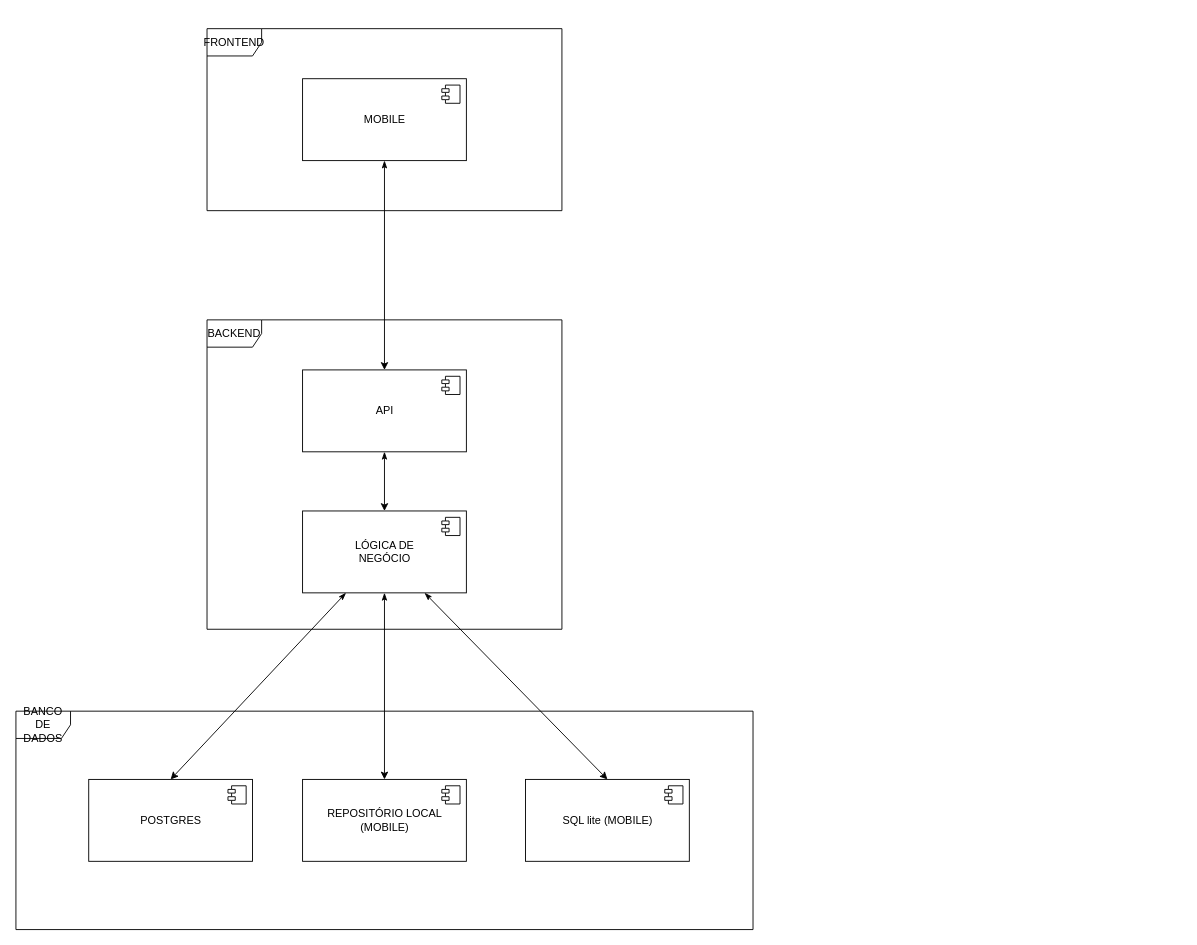
raisson-souza/morfeus-backend keeps this draw.io diagram as docs/diagrama_arquitetura.drawio. Above is the earlier version. Source tidied: cells renumbered, new cells numbered last; positions are measured from the earlier drawing's top-left corner, leaving out a move shared by most shapes. Both pictures are drawn from the tidied source at 91%, with x=0, y=0 at pixel (15, 28).
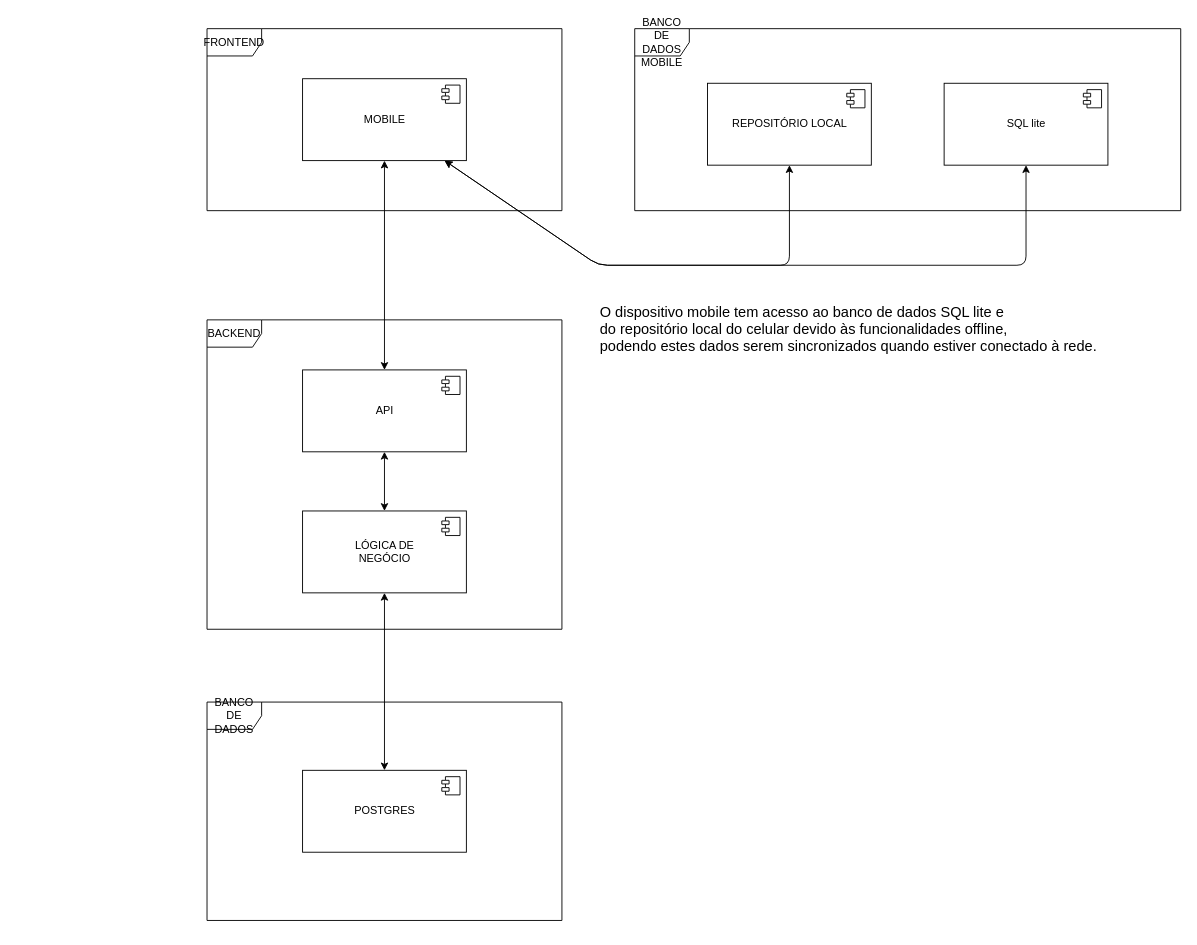
After the change.

Commit message (it also covers changes not shown here):
- Atualização de diagramas: Arquitetura e Classe de análise.

Unchanged cells that the change refers to:
```xml
<mxCell id="4" value="MOBILE" style="html=1;" parent="1" vertex="1">
  <mxGeometry x="315" y="55" width="180" height="90" as="geometry" />
</mxCell>
<mxCell id="8" value="API" style="html=1;" parent="1" vertex="1">
  <mxGeometry x="315" y="375" width="180" height="90" as="geometry" />
</mxCell>
<mxCell id="13" value="LÓGICA DE&lt;br&gt;NEGÓCIO" style="html=1;" parent="1" vertex="1">
  <mxGeometry x="315" y="530" width="180" height="90" as="geometry" />
</mxCell>
```

What changed in the source:
```diff
@@
+    <mxCell id="22" value="BANCO DE DADOS&lt;br&gt;MOBILE" style="shape=umlFrame;whiteSpace=wrap;html=1;" parent="1" vertex="1">
+      <mxGeometry x="680" width="600" height="200" as="geometry" />
+    </mxCell>
@@
-    <mxCell id="3" style="edgeStyle=none;html=1;startArrow=classicThin;startFill=1;" parent="1" edge="1" source="4" target="8">
+    <mxCell id="3" style="edgeStyle=none;html=1;startArrow=classic;startFill=1;" parent="1" edge="1" source="4" target="8">
       <mxGeometry relative="1" as="geometry" />
     </mxCell>
+    <mxCell id="23" style="edgeStyle=none;html=1;entryX=0.5;entryY=1;entryDx=0;entryDy=0;startArrow=classic;startFill=1;endArrow=classic;endFill=1;" parent="1" edge="1" source="4" target="18">
+      <mxGeometry relative="1" as="geometry">
+        <Array as="points">
+          <mxPoint x="640" y="260" />
+          <mxPoint x="850" y="260" />
+        </Array>
+      </mxGeometry>
+    </mxCell>
+    <mxCell id="24" style="edgeStyle=none;html=1;entryX=0.5;entryY=1;entryDx=0;entryDy=0;startArrow=classic;startFill=1;endArrow=classic;endFill=1;" parent="1" edge="1" source="4" target="20">
+      <mxGeometry relative="1" as="geometry">
+        <Array as="points">
+          <mxPoint x="640" y="260" />
+          <mxPoint x="1110" y="260" />
+        </Array>
+      </mxGeometry>
+    </mxCell>
@@
-    <mxCell id="7" style="edgeStyle=none;html=1;startArrow=classicThin;startFill=1;" parent="1" edge="1" source="8" target="13">
+    <mxCell id="7" style="edgeStyle=none;html=1;startArrow=classic;startFill=1;" parent="1" edge="1" source="8" target="13">
       <mxGeometry relative="1" as="geometry" />
     </mxCell>
@@
-    <mxCell id="10" style="edgeStyle=none;html=1;entryX=0.5;entryY=0;entryDx=0;entryDy=0;startArrow=classicThin;startFill=1;" parent="1" edge="1" source="13" target="16">
+    <mxCell id="10" style="edgeStyle=none;html=1;entryX=0.5;entryY=0;entryDx=0;entryDy=0;startArrow=classic;startFill=1;" parent="1" edge="1" source="13" target="16">
       <mxGeometry relative="1" as="geometry" />
     </mxCell>
-    <mxCell id="11" style="edgeStyle=none;html=1;entryX=0.5;entryY=0;entryDx=0;entryDy=0;startArrow=classicThin;startFill=1;" parent="1" edge="1" source="13" target="18">
-      <mxGeometry relative="1" as="geometry" />
-    </mxCell>
-    <mxCell id="12" style="edgeStyle=none;html=1;entryX=0.5;entryY=0;entryDx=0;entryDy=0;startArrow=classicThin;startFill=1;" parent="1" edge="1" source="13" target="20">
-      <mxGeometry relative="1" as="geometry" />
-    </mxCell>
@@
     <mxCell id="15" value="BANCO DE DADOS" style="shape=umlFrame;whiteSpace=wrap;html=1;" parent="1" vertex="1">
-      <mxGeometry y="750" width="810" height="240" as="geometry" />
+      <mxGeometry x="210" y="740" width="390" height="240" as="geometry" />
     </mxCell>
     <mxCell id="16" value="POSTGRES" style="html=1;" parent="1" vertex="1">
-      <mxGeometry x="80" y="825" width="180" height="90" as="geometry" />
+      <mxGeometry x="315" y="815" width="180" height="90" as="geometry" />
     </mxCell>
@@
-    <mxCell id="18" value="REPOSITÓRIO LOCAL&lt;br&gt;(MOBILE)" style="html=1;" parent="1" vertex="1">
-      <mxGeometry x="315" y="825" width="180" height="90" as="geometry" />
+    <mxCell id="18" value="REPOSITÓRIO LOCAL" style="html=1;" parent="1" vertex="1">
+      <mxGeometry x="760" y="60" width="180" height="90" as="geometry" />
     </mxCell>
@@
-    <mxCell id="20" value="SQL lite (MOBILE)" style="html=1;" parent="1" vertex="1">
-      <mxGeometry x="560" y="825" width="180" height="90" as="geometry" />
+    <mxCell id="20" value="SQL lite" style="html=1;" parent="1" vertex="1">
+      <mxGeometry x="1020" y="60" width="180" height="90" as="geometry" />
     </mxCell>
@@
+    <mxCell id="25" value="&lt;font style=&quot;font-size: 16px;&quot;&gt;O dispositivo mobile tem acesso ao banco de dados SQL lite e&lt;br&gt;do repositório local do celular devido às funcionalidades offline,&lt;br&gt;podendo estes dados serem sincronizados quando estiver conectado à rede.&lt;/font&gt;" style="text;html=1;align=left;verticalAlign=middle;strokeColor=none;fillColor=none;" parent="1" vertex="1">
+      <mxGeometry x="640" y="295" width="570" height="70" as="geometry" />
+    </mxCell>
```
